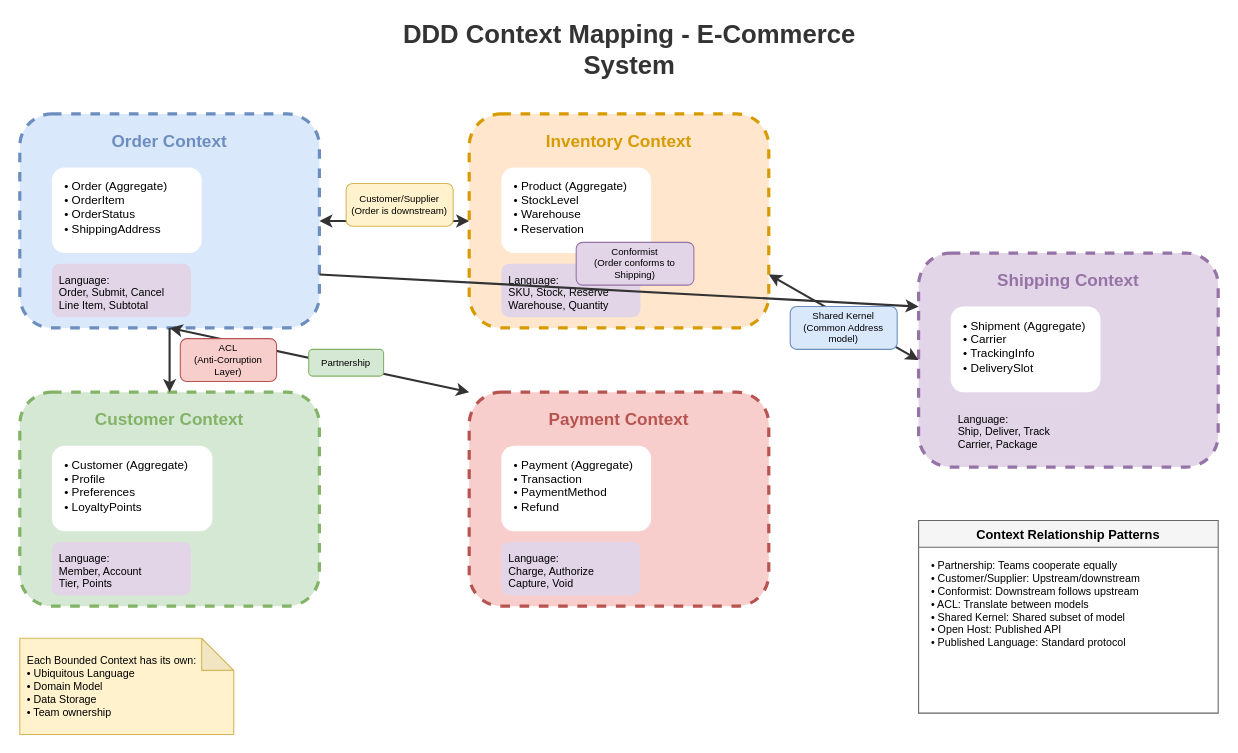
Above: lesson-01-software-design-architecture/diagrams/1.6-ddd-context-mapping.drawio in MrParkerZ7/document-lesson-software-architect-x-claude (draw.io), before the change. Source tidied: cells renumbered, new cells numbered last; positions are measured from the earlier drawing's top-left corner, leaving out a move shared by most shapes. Both pictures are drawn from the tidied source at 107%, with x=0, y=0 at pixel (19, 28).
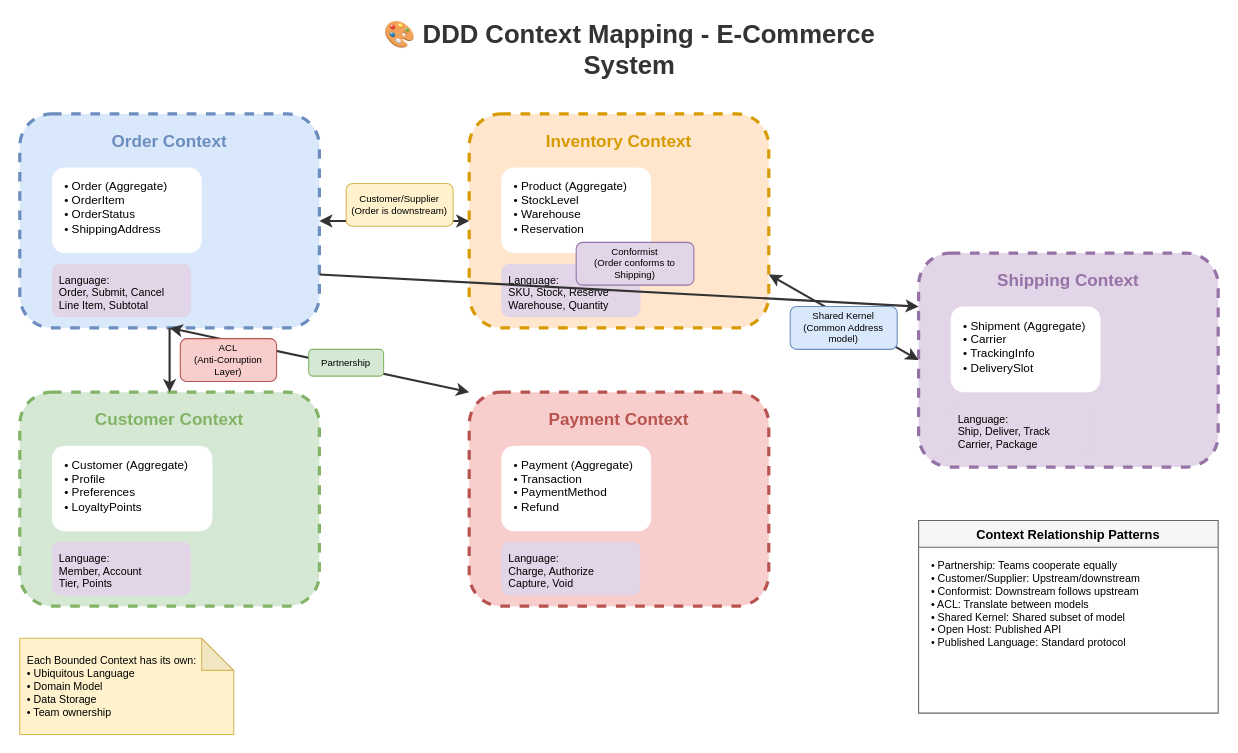
The same diagram, later.

Diff of the diagram source:
```diff
@@
-    <mxCell id="2" value="DDD Context Mapping - E-Commerce System" style="text;html=1;strokeColor=none;fillColor=none;align=center;verticalAlign=middle;whiteSpace=wrap;rounded=0;fontSize=24;fontStyle=1;fontColor=#333333;" parent="1" vertex="1">
+    <mxCell id="2" value="🎨 DDD Context Mapping - E-Commerce System" style="text;html=1;strokeColor=none;fillColor=none;align=center;verticalAlign=middle;whiteSpace=wrap;rounded=0;fontSize=24;fontStyle=1;fontColor=#333333;" parent="1" vertex="1">
       <mxGeometry x="320" width="500" height="40" as="geometry" />
     </mxCell>
```
